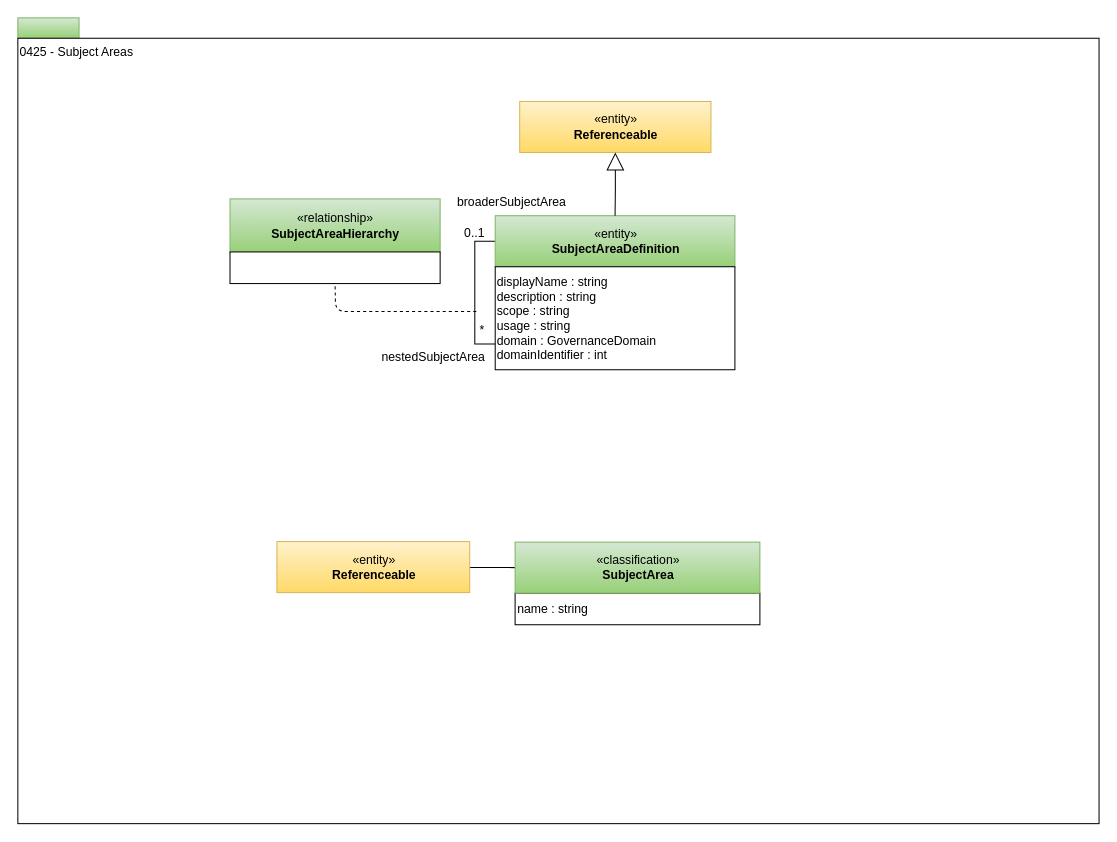
Before: page "0425-Subject-Areas" (11 of 28) of open-metadata-publication/website/open-metadata-types/area-4-governance.drawio in odpi/egeria, a draw.io diagram. Source tidied: cells renumbered, new cells numbered last; positions are measured from the earlier drawing's top-left corner, leaving out a move shared by most shapes. Both pictures are drawn from the tidied source at 102%, with x=0, y=0 at pixel (17, 17).
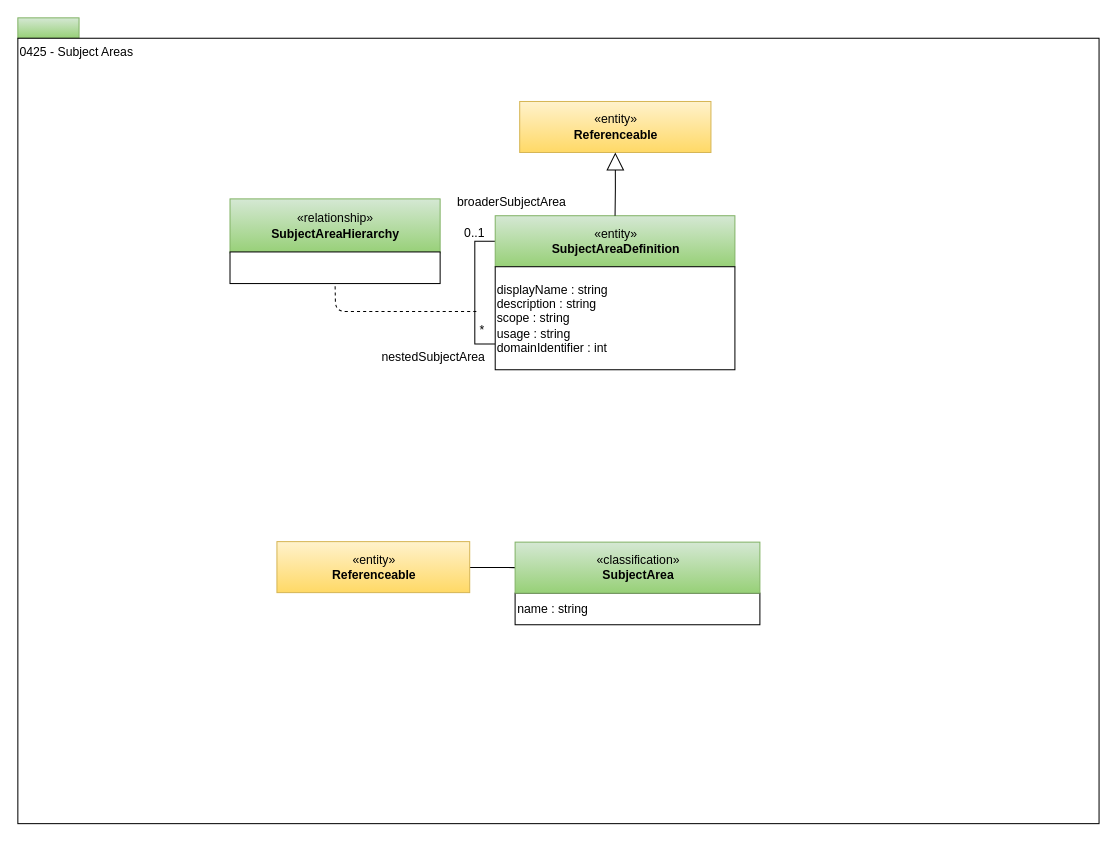
After the change.

Change to the diagram source:
```diff
@@
-    <mxCell id="12" value="displayName : string&lt;br&gt;description : string&lt;br&gt;scope : string&lt;br&gt;usage : string&lt;br&gt;domain : GovernanceDomain&lt;br&gt;domainIdentifier : int" style="rounded=0;whiteSpace=wrap;html=1;strokeColor=#000000;gradientColor=#ffffff;align=left;" parent="1" vertex="1">
+    <mxCell id="12" value="displayName : string&lt;br&gt;description : string&lt;br&gt;scope : string&lt;br&gt;usage : string&lt;br&gt;domainIdentifier : int" style="rounded=0;whiteSpace=wrap;html=1;strokeColor=#000000;gradientColor=#ffffff;align=left;" parent="1" vertex="1">
       <mxGeometry x="468" y="244" width="235" height="101" as="geometry" />
     </mxCell>
```
